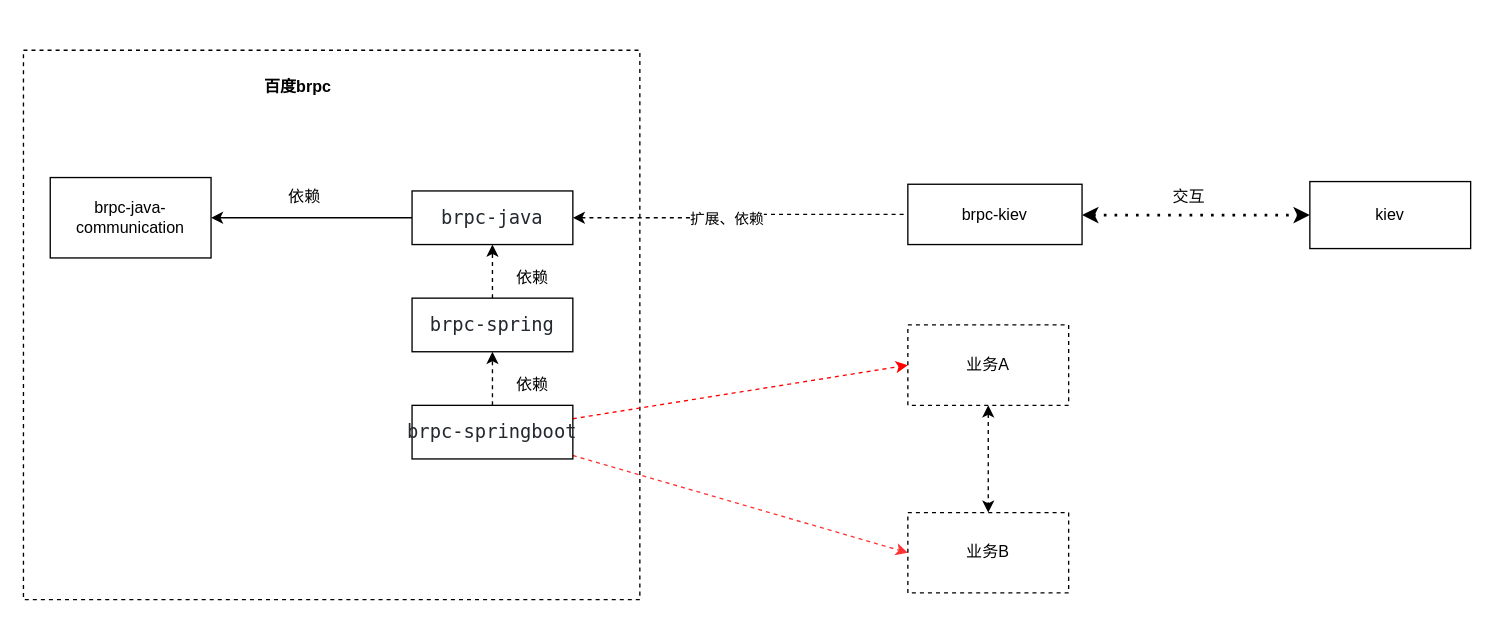
Earlier version of the draw.io diagram diagram/未命名绘图.drawio (DogerRain/image). Source tidied: cells renumbered, new cells numbered last; positions are measured from the earlier drawing's top-left corner, leaving out a move shared by most shapes. Both pictures are drawn from the tidied source at 134%, with x=0, y=0 at pixel (23, 50).
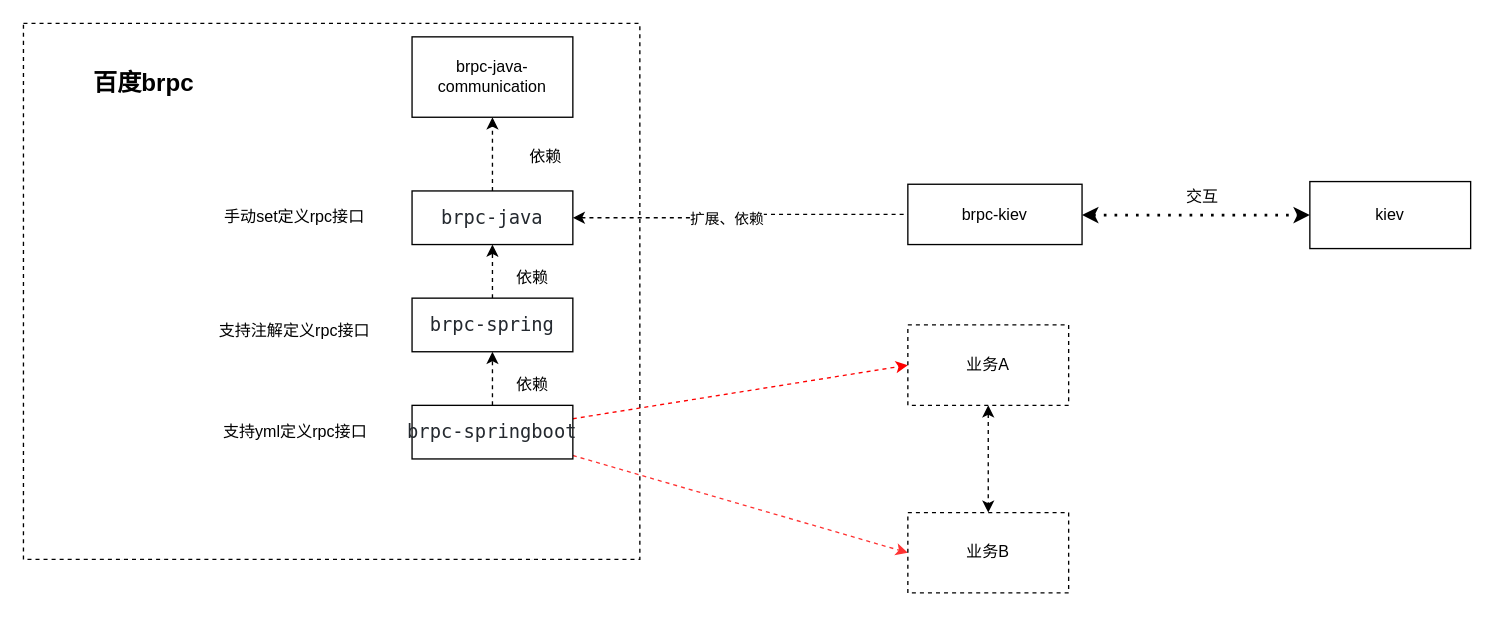
The same page after the edit.

Commit message:
更新未命名绘图.drawio

The change refers to these unchanged cells:
```xml
<mxCell id="6" value="&lt;pre style=&quot;box-sizing: border-box; font-family: ui-monospace, SFMono-Regular, &amp;quot;SF Mono&amp;quot;, Menlo, Consolas, &amp;quot;Liberation Mono&amp;quot;, monospace; font-size: 14px; margin-top: 0px; margin-bottom: 0px; overflow-wrap: normal; padding: 16px; overflow: auto; line-height: 1.45; background-color: var(--color-canvas-subtle); border-radius: 6px; word-break: normal; color: rgb(36, 41, 47); text-align: start;&quot;&gt;brpc-java&lt;/pre&gt;" style="rounded=0;whiteSpace=wrap;html=1;" parent="1" vertex="1">
  <mxGeometry x="290" y="105" width="120" height="40" as="geometry" />
</mxCell>
```

Change to the diagram source:
```diff
@@
     <mxCell id="2" style="rounded=0;whiteSpace=wrap;html=1;dashed=1;" parent="1" vertex="1">
-      <mxGeometry width="460" height="410" as="geometry" />
+      <mxGeometry y="-20" width="460" height="400" as="geometry" />
     </mxCell>
@@
-    <mxCell id="5" style="edgeStyle=orthogonalEdgeStyle;rounded=0;jettySize=auto;html=1;" parent="1" edge="1" source="6" target="23">
+    <mxCell id="5" style="edgeStyle=orthogonalEdgeStyle;rounded=0;jettySize=auto;html=1;dashed=1;" parent="1" edge="1" source="6" target="23">
       <mxGeometry relative="1" as="geometry" />
     </mxCell>
@@
-    <mxCell id="12" value="百度brpc" style="text;html=1;strokeColor=none;fillColor=none;align=center;verticalAlign=middle;whiteSpace=wrap;rounded=0;fontStyle=1;" parent="1" vertex="1">
-      <mxGeometry x="170" y="15" width="70" height="25" as="geometry" />
+    <mxCell id="12" value="&lt;font style=&quot;font-size: 18px;&quot;&gt;百度brpc&lt;/font&gt;" style="text;html=1;strokeColor=none;fillColor=none;align=center;verticalAlign=middle;whiteSpace=wrap;rounded=0;fontStyle=1;fontSize=14;" parent="1" vertex="1">
+      <mxGeometry x="30" y="-10" width="120" height="70" as="geometry" />
     </mxCell>
@@
     <mxCell id="16" value="交互" style="text;html=1;strokeColor=none;fillColor=none;align=center;verticalAlign=middle;whiteSpace=wrap;rounded=0;" parent="1" vertex="1">
-      <mxGeometry x="840" y="95" width="60" height="30" as="geometry" />
+      <mxGeometry x="850" y="95" width="60" height="30" as="geometry" />
     </mxCell>
@@
     <mxCell id="23" value="&lt;span style=&quot;font-size: 12px;&quot;&gt;brpc-java-communication&lt;/span&gt;" style="rounded=0;whiteSpace=wrap;html=1;" parent="1" vertex="1">
-      <mxGeometry x="20" y="95" width="120" height="60" as="geometry" />
+      <mxGeometry x="290" y="-10" width="120" height="60" as="geometry" />
     </mxCell>
     <mxCell id="24" value="依赖" style="text;html=1;strokeColor=none;fillColor=none;align=center;verticalAlign=middle;whiteSpace=wrap;rounded=0;" parent="1" vertex="1">
-      <mxGeometry x="180" y="95" width="60" height="30" as="geometry" />
+      <mxGeometry x="360" y="65" width="60" height="30" as="geometry" />
     </mxCell>
+    <mxCell id="25" value="&lt;font style=&quot;font-size: 12px;&quot;&gt;支持yml定义rpc接口&lt;/font&gt;" style="text;html=1;strokeColor=none;fillColor=none;align=center;verticalAlign=middle;whiteSpace=wrap;rounded=0;fontSize=11;" parent="1" vertex="1">
+      <mxGeometry x="137.5" y="270" width="130" height="30" as="geometry" />
+    </mxCell>
+    <mxCell id="26" value="&lt;font style=&quot;font-size: 12px;&quot;&gt;支持注解定义rpc接口&lt;/font&gt;" style="text;html=1;strokeColor=none;fillColor=none;align=center;verticalAlign=middle;whiteSpace=wrap;rounded=0;fontSize=7;" parent="1" vertex="1">
+      <mxGeometry x="130" y="195" width="145" height="30" as="geometry" />
+    </mxCell>
+    <mxCell id="27" value="&lt;span style=&quot;font-size: 12px;&quot;&gt;手动set定义rpc接口&lt;/span&gt;" style="text;html=1;strokeColor=none;fillColor=none;align=center;verticalAlign=middle;whiteSpace=wrap;rounded=0;fontSize=7;" parent="1" vertex="1">
+      <mxGeometry x="130" y="110" width="145" height="30" as="geometry" />
+    </mxCell>
```
